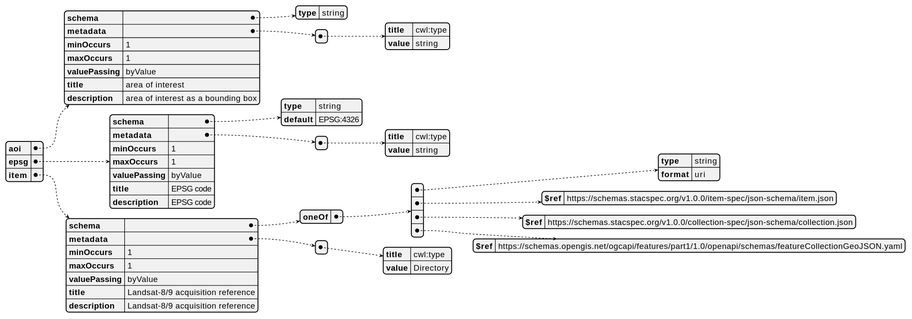
This is docs/pattern-6/ogc_processes_inputs.svg from eoap/application-package-patterns, a PlantUML export, as it was before one commit.
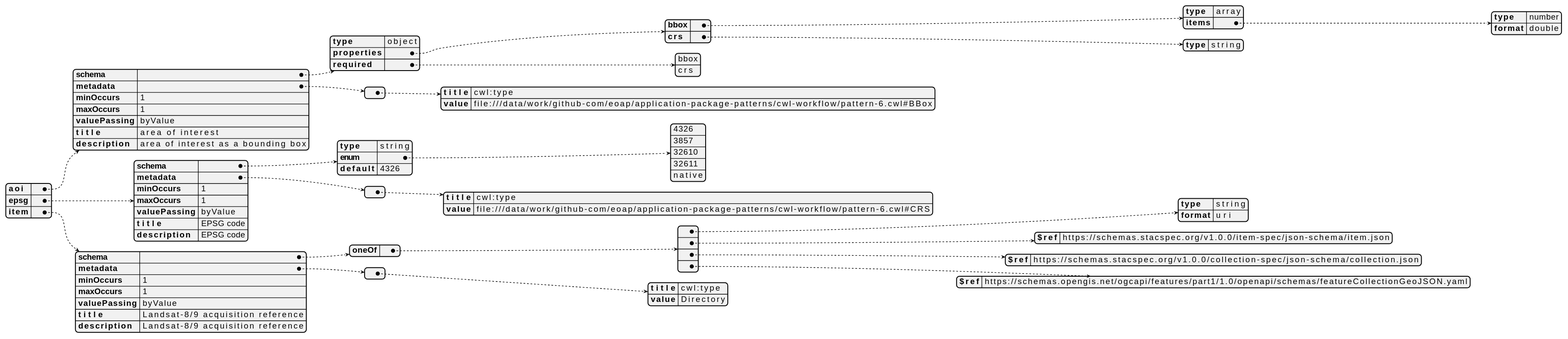
Above is the later version.

The edit, as a diff of the source:
```diff
@@ -2,12 +2,28 @@
 {
   "aoi": {
     "schema": {
-      "type": "string"
+      "type": "object",
+      "properties": {
+        "bbox": {
+          "type": "array",
+          "items": {
+            "type": "number",
+            "format": "double"
+          }
+        },
+        "crs": {
+          "type": "string"
+        }
+      },
+      "required": [
+        "bbox",
+        "crs"
+      ]
     },
     "metadata": [
       {
         "title": "cwl:type",
-        "value": "string"
+        "value": "file:///data/work/github-com/eoap/application-package-patterns/cwl-workflow/pattern-6.cwl#BBox"
       }
     ],
     "minOccurs": 1,
@@ -19,12 +35,19 @@
   "epsg": {
     "schema": {
       "type": "string",
-      "default": "EPSG:4326"
+      "enum": [
+        "4326",
+        "3857",
+        "32610",
+        "32611",
+        "native"
+      ],
+      "default": "4326"
     },
     "metadata": [
       {
         "title": "cwl:type",
-        "value": "string"
+        "value": "file:///data/work/github-com/eoap/application-package-patterns/cwl-workflow/pattern-6.cwl#CRS"
       }
     ],
     "minOccurs": 1,
```
